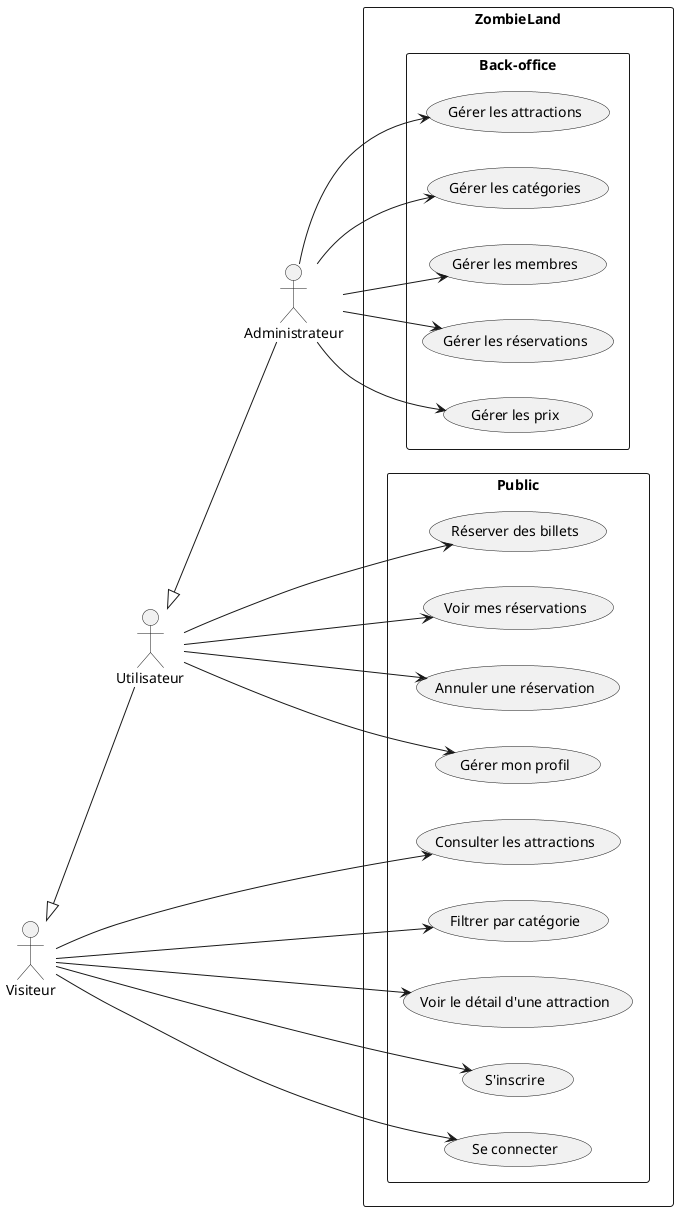
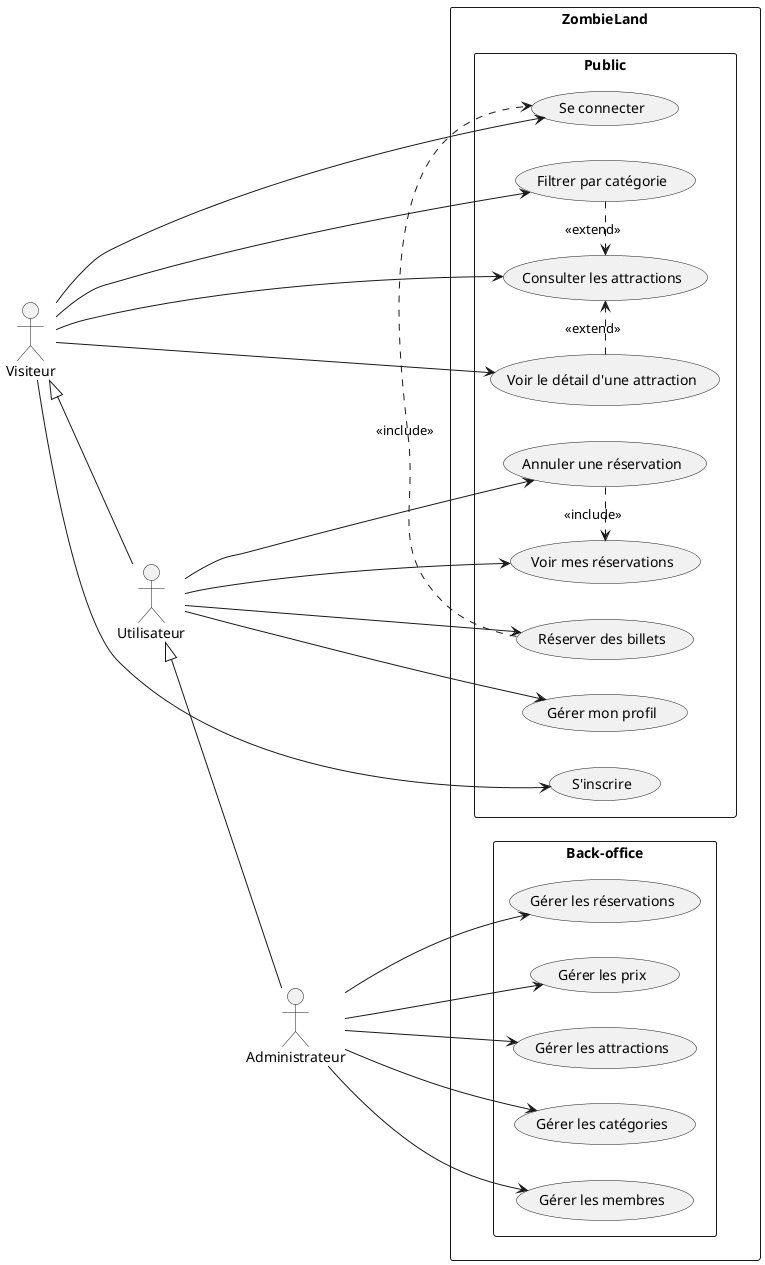
@startuml use_cases_zombieland

left to right direction

actor "Visiteur" as visitor
actor "Utilisateur" as user
actor "Administrateur" as admin

visitor <|-- user
user <|-- admin



rectangle ZombieLand {
rectangle "Back-office"{
  usecase "Gérer les attractions" as UC10
  usecase "Gérer les catégories" as UC11
  usecase "Gérer les membres" as UC12
  usecase "Gérer les réservations" as UC13
  usecase "Gérer les prix" as UC14
}

rectangle "Public"{
  usecase "Consulter les attractions" as UC1
  usecase "Filtrer par catégorie" as UC2
  usecase "Voir le détail d'une attraction" as UC3
  usecase "S'inscrire" as UC4
  usecase "Se connecter" as UC5
  usecase "Réserver des billets" as UC6
  usecase "Voir mes réservations" as UC7
  usecase "Annuler une réservation" as UC8
  usecase "Gérer mon profil" as UC9
}

}

visitor --> UC1
visitor --> UC2
visitor --> UC3
visitor --> UC4
visitor --> UC5


user --> UC6
user --> UC7
user --> UC8
user --> UC9


admin --> UC10
admin --> UC11
admin --> UC12
admin --> UC13
admin --> UC14

+ UC8 .> UC7 : <<include>>
+ UC6 .> UC5 : <<include>>
+ UC2 .> UC1 : <<extend>>
+ UC3 .> UC1 : <<extend>>
+ 



@enduml